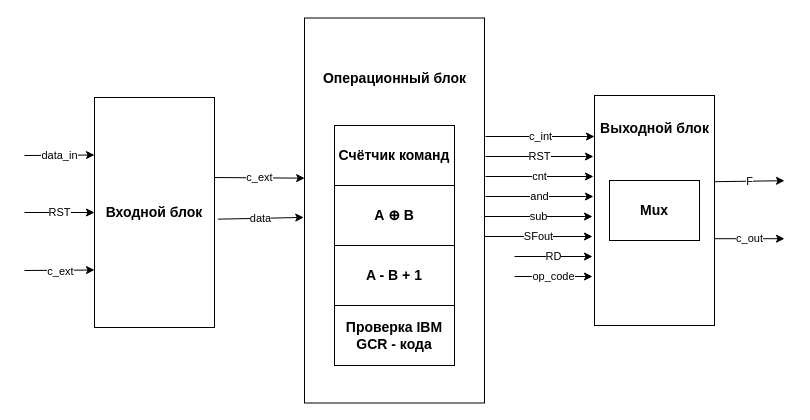
Earlier version of the draw.io diagram ЭиС.drawio (SpaleRud/OPDiagrams). Source tidied: cells renumbered, new cells numbered last; positions are measured from the earlier drawing's top-left corner, leaving out a move shared by most shapes. Both pictures are drawn from the tidied source at 100%, with x=0, y=0 at pixel (24, 17).
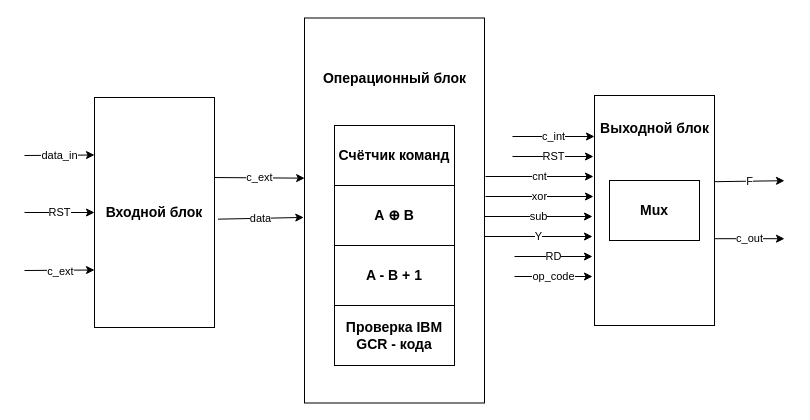
The same page after the edit.

The edit, as a diff of the source:
```diff
@@
-    <mxCell id="9" value="c_int" style="endArrow=classic;html=1;rounded=0;exitX=1.001;exitY=0.348;exitDx=0;exitDy=0;exitPerimeter=0;" parent="1" edge="1">
+    <mxCell id="9" value="c_int" style="endArrow=classic;html=1;rounded=0;" parent="1" edge="1">
       <mxGeometry relative="1" as="geometry">
-        <mxPoint x="461" y="119" as="sourcePoint" />
+        <mxPoint x="488" y="119" as="sourcePoint" />
         <mxPoint x="570" y="119" as="targetPoint" />
       </mxGeometry>
     </mxCell>
@@
-    <mxCell id="21" value="RST" style="endArrow=classic;html=1;rounded=0;entryX=-0.019;entryY=0.088;entryDx=0;entryDy=0;entryPerimeter=0;exitX=1.001;exitY=0.348;exitDx=0;exitDy=0;exitPerimeter=0;" parent="1" edge="1">
+    <mxCell id="21" value="RST" style="endArrow=classic;html=1;rounded=0;entryX=-0.019;entryY=0.088;entryDx=0;entryDy=0;entryPerimeter=0;" parent="1" edge="1">
       <mxGeometry relative="1" as="geometry">
-        <mxPoint x="461" y="139" as="sourcePoint" />
+        <mxPoint x="488" y="139" as="sourcePoint" />
         <mxPoint x="569" y="139" as="targetPoint" />
       </mxGeometry>
     </mxCell>
@@
-    <mxCell id="23" value="and" style="endArrow=classic;html=1;rounded=0;entryX=-0.019;entryY=0.088;entryDx=0;entryDy=0;entryPerimeter=0;exitX=1.001;exitY=0.348;exitDx=0;exitDy=0;exitPerimeter=0;" parent="1" edge="1">
+    <mxCell id="23" value="xor" style="endArrow=classic;html=1;rounded=0;entryX=-0.019;entryY=0.088;entryDx=0;entryDy=0;entryPerimeter=0;exitX=1.001;exitY=0.348;exitDx=0;exitDy=0;exitPerimeter=0;" parent="1" edge="1">
       <mxGeometry relative="1" as="geometry">
         <mxPoint x="461" y="179" as="sourcePoint" />
         <mxPoint x="569" y="179" as="targetPoint" />
       </mxGeometry>
     </mxCell>
@@
-    <mxCell id="25" value="SFout" style="endArrow=classic;html=1;rounded=0;entryX=-0.019;entryY=0.088;entryDx=0;entryDy=0;entryPerimeter=0;exitX=1.001;exitY=0.348;exitDx=0;exitDy=0;exitPerimeter=0;" parent="1" edge="1">
+    <mxCell id="25" value="Y" style="endArrow=classic;html=1;rounded=0;entryX=-0.019;entryY=0.088;entryDx=0;entryDy=0;entryPerimeter=0;exitX=1.001;exitY=0.348;exitDx=0;exitDy=0;exitPerimeter=0;" parent="1" edge="1">
       <mxGeometry relative="1" as="geometry">
         <mxPoint x="460" y="219" as="sourcePoint" />
         <mxPoint x="568" y="219" as="targetPoint" />
       </mxGeometry>
     </mxCell>
```
